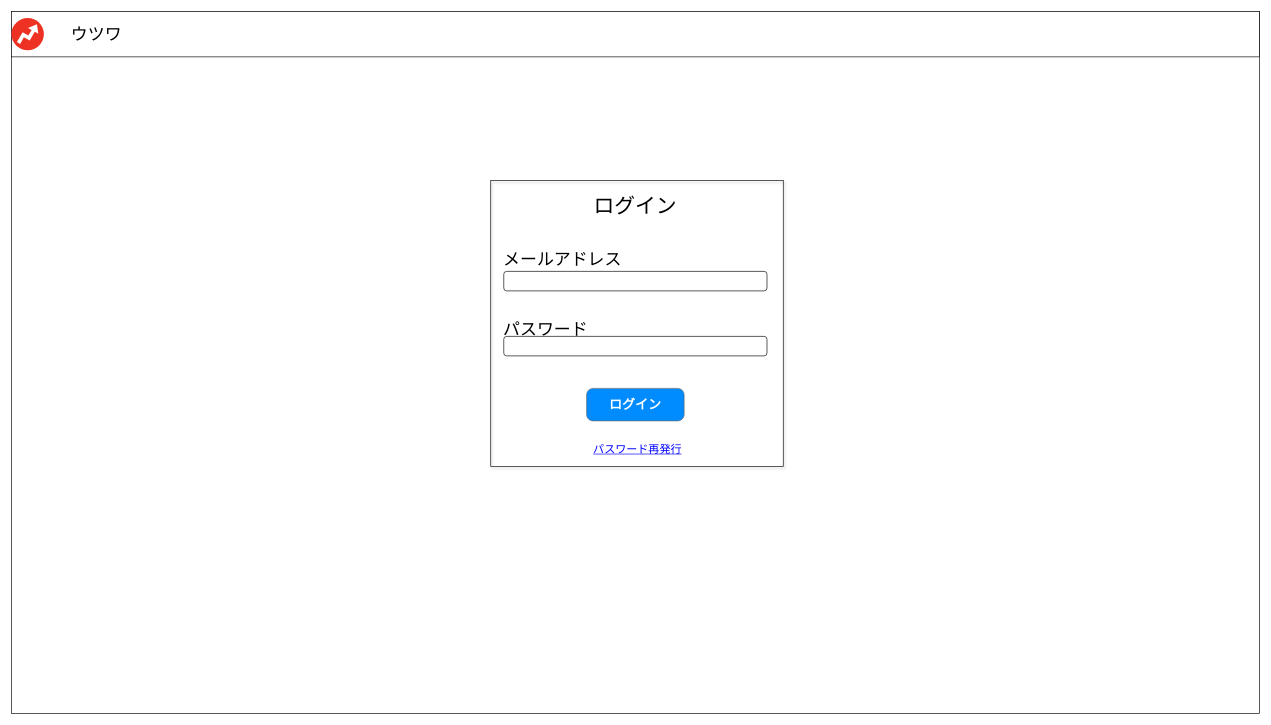
KoMMet/OyakoProject keeps this draw.io diagram as page "ログイン画面" (1 of 10) of doc/画面.drawio. Above is the earlier version. Source tidied: cells renumbered, new cells numbered last; positions are measured from the earlier drawing's top-left corner, leaving out a move shared by most shapes. Both pictures are drawn from the tidied source at 65%, with x=0, y=0 at pixel (11, 11).
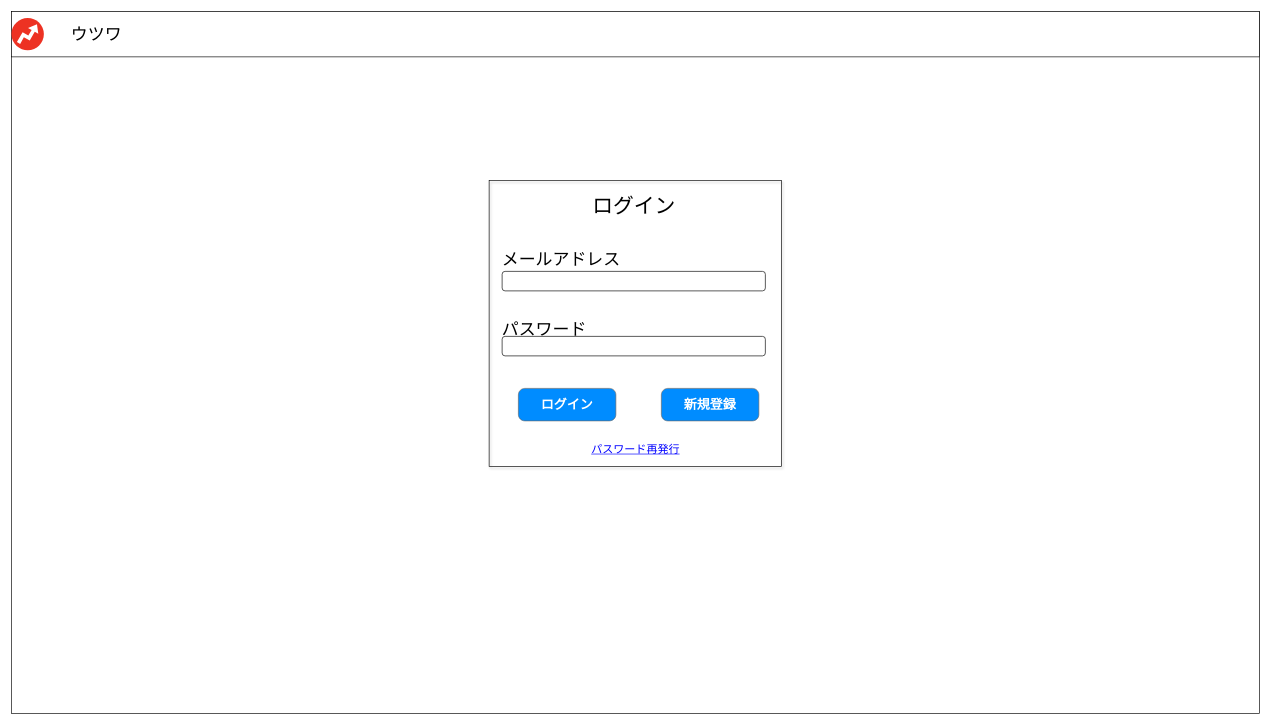
Above is the later version.

Change to the diagram source:
```diff
@@
 <mxGraphModel background="#ffffff">
   <root>
     <mxCell id="0" />
     <mxCell id="1" parent="0" />
     <mxCell id="2" style="rounded=0;whiteSpace=wrap;html=1;" parent="1" vertex="1">
       <mxGeometry width="1920" height="1080" as="geometry" />
     </mxCell>
     <mxCell id="3" style="group;strokeColor=#000000;strokeWidth=1;shadow=1;sketch=0;" parent="1" vertex="1">
-      <mxGeometry x="737.5" y="260" width="450" height="440" as="geometry" />
+      <mxGeometry x="735" y="260" width="450" height="440" as="geometry" />
     </mxCell>
     <mxCell id="4" value="ログイン" style="text;html=1;strokeColor=none;fillColor=none;align=center;verticalAlign=middle;whiteSpace=wrap;rounded=0;fontSize=32;" parent="3" vertex="1">
       <mxGeometry x="17.5" width="410" height="80" as="geometry" />
     </mxCell>
     <mxCell id="5" value="&lt;font style=&quot;font-size: 26px&quot;&gt;メールアドレス&lt;/font&gt;" style="text;html=1;strokeColor=none;fillColor=none;align=left;verticalAlign=middle;whiteSpace=wrap;rounded=0;fontSize=32;" parent="3" vertex="1">
       <mxGeometry x="17.5" y="100" width="415" height="40" as="geometry" />
     </mxCell>
     <mxCell id="6" value="パスワード" style="text;html=1;strokeColor=none;fillColor=none;align=left;verticalAlign=middle;whiteSpace=wrap;rounded=0;fontSize=26;" parent="3" vertex="1">
       <mxGeometry x="17.5" y="210" width="280" height="40" as="geometry" />
     </mxCell>
     <mxCell id="7" style="rounded=1;whiteSpace=wrap;html=1;fontSize=26;align=center;" parent="3" vertex="1">
       <mxGeometry x="20" y="140" width="405" height="30" as="geometry" />
     </mxCell>
     <mxCell id="8" style="rounded=1;whiteSpace=wrap;html=1;fontSize=26;align=center;" parent="3" vertex="1">
       <mxGeometry x="20" y="240" width="405" height="30" as="geometry" />
     </mxCell>
     <mxCell id="9" value="&lt;font style=&quot;font-size: 20px&quot;&gt;ログイン&lt;/font&gt;" style="strokeWidth=1;shadow=0;dashed=0;align=center;html=1;shape=mxgraph.mockup.buttons.button;strokeColor=#666666;fontColor=#ffffff;mainText=;buttonStyle=round;fontSize=17;fontStyle=1;fillColor=#008cff;whiteSpace=wrap;" parent="3" vertex="1">
-      <mxGeometry x="147.5" y="320" width="150" height="50" as="geometry" />
+      <mxGeometry x="45" y="320" width="150" height="50" as="geometry" />
     </mxCell>
     <mxCell id="10" value="パスワード再発行" style="strokeWidth=1;shadow=0;dashed=0;align=center;html=1;shape=mxgraph.mockup.text.alphanumeric;linkText=;html=1;fontStyle=4;fontSize=17;fontColor=#0000ff;" parent="3" vertex="1">
       <mxGeometry y="390" width="450" height="50" as="geometry" />
     </mxCell>
     <mxCell id="11" style="rounded=0;whiteSpace=wrap;html=1;shadow=0;labelBackgroundColor=#ffffff;sketch=0;strokeColor=#000000;strokeWidth=1;fontSize=26;align=center;" parent="1" vertex="1">
       <mxGeometry width="1920" height="70" as="geometry" />
     </mxCell>
     <mxCell id="12" style="dashed=0;html=1;align=center;labelPosition=center;verticalLabelPosition=bottom;verticalAlign=top;shape=mxgraph.weblogos.buzzfeed;fillColor=#ED3223;strokeColor=none;shadow=0;labelBackgroundColor=#ffffff;sketch=0;fontSize=26;" parent="1" vertex="1">
       <mxGeometry y="10" width="50" height="50" as="geometry" />
     </mxCell>
     <mxCell id="13" value="ウツワ" style="text;html=1;strokeColor=none;fillColor=none;align=left;verticalAlign=middle;whiteSpace=wrap;rounded=0;shadow=0;labelBackgroundColor=#ffffff;sketch=0;fontSize=26;" parent="1" vertex="1">
       <mxGeometry x="90" y="25" width="150" height="20" as="geometry" />
     </mxCell>
+    <mxCell id="14" value="&lt;span style=&quot;font-size: 20px&quot;&gt;新規登録&lt;/span&gt;" style="strokeWidth=1;shadow=0;dashed=0;align=center;html=1;shape=mxgraph.mockup.buttons.button;strokeColor=#666666;fontColor=#ffffff;mainText=;buttonStyle=round;fontSize=17;fontStyle=1;fillColor=#008cff;whiteSpace=wrap;" parent="1" vertex="1">
+      <mxGeometry x="1000" y="580" width="150" height="50" as="geometry" />
+    </mxCell>
   </root>
 </mxGraphModel>
```
